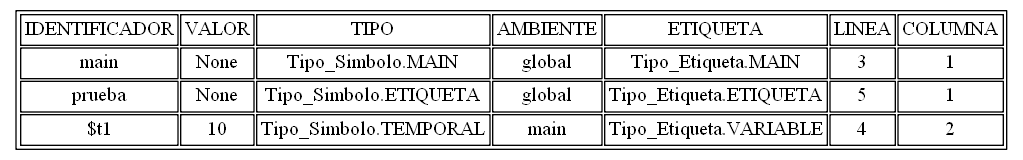
This is tablasimbolos.png from AndreeAvalos/OLC2-AUGUS, a Graphviz export, as it was before one commit. Its source is kept beside it as tablasimbolos.dot.
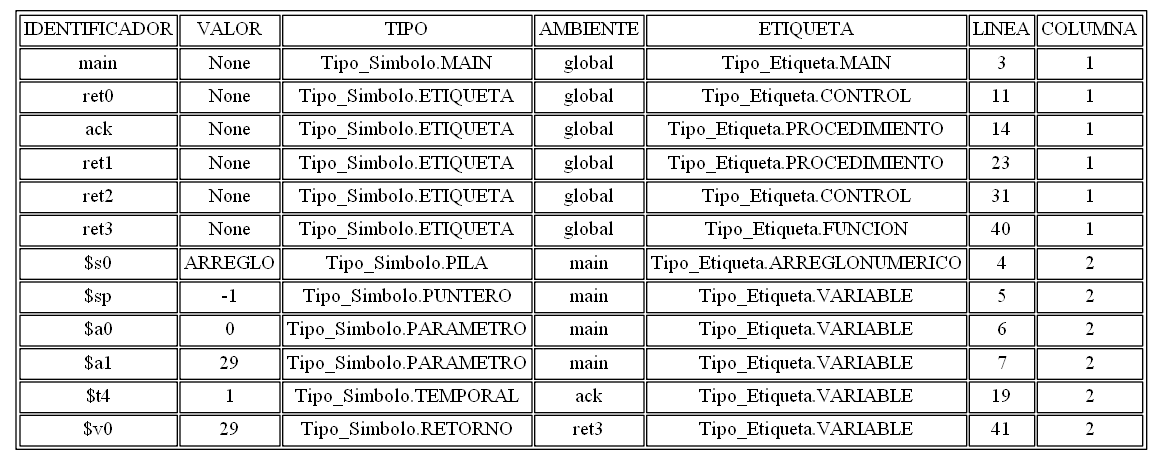
The same file after the commit.

Change to the diagram source:
```diff
@@ -4,8 +4,17 @@
 arset [label=<<TABLE ALIGN="LEFT">
 <TR><TD>IDENTIFICADOR</TD><TD>VALOR</TD><TD>TIPO</TD><TD>AMBIENTE</TD><TD>ETIQUETA</TD><TD>LINEA</TD><TD>COLUMNA</TD></TR>
 <TR><TD>main</TD><TD>None</TD><TD>Tipo_Simbolo.MAIN</TD><TD>global</TD><TD>Tipo_Etiqueta.MAIN</TD><TD>3</TD><TD>1</TD></TR>
-<TR><TD>prueba</TD><TD>None</TD><TD>Tipo_Simbolo.ETIQUETA</TD><TD>global</TD><TD>Tipo_Etiqueta.ETIQUETA</TD><TD>5</TD><TD>1</TD></TR>
-<TR><TD>$t1</TD><TD>10</TD><TD>Tipo_Simbolo.TEMPORAL</TD><TD>main</TD><TD>Tipo_Etiqueta.VARIABLE</TD><TD>4</TD><TD>2</TD></TR>
+<TR><TD>ret0</TD><TD>None</TD><TD>Tipo_Simbolo.ETIQUETA</TD><TD>global</TD><TD>Tipo_Etiqueta.CONTROL</TD><TD>11</TD><TD>1</TD></TR>
+<TR><TD>ack</TD><TD>None</TD><TD>Tipo_Simbolo.ETIQUETA</TD><TD>global</TD><TD>Tipo_Etiqueta.PROCEDIMIENTO</TD><TD>14</TD><TD>1</TD></TR>
+<TR><TD>ret1</TD><TD>None</TD><TD>Tipo_Simbolo.ETIQUETA</TD><TD>global</TD><TD>Tipo_Etiqueta.PROCEDIMIENTO</TD><TD>23</TD><TD>1</TD></TR>
+<TR><TD>ret2</TD><TD>None</TD><TD>Tipo_Simbolo.ETIQUETA</TD><TD>global</TD><TD>Tipo_Etiqueta.CONTROL</TD><TD>31</TD><TD>1</TD></TR>
+<TR><TD>ret3</TD><TD>None</TD><TD>Tipo_Simbolo.ETIQUETA</TD><TD>global</TD><TD>Tipo_Etiqueta.FUNCION</TD><TD>40</TD><TD>1</TD></TR>
+<TR><TD>$s0</TD><TD>ARREGLO</TD><TD>Tipo_Simbolo.PILA</TD><TD>main</TD><TD>Tipo_Etiqueta.ARREGLONUMERICO</TD><TD>4</TD><TD>2</TD></TR>
+<TR><TD>$sp</TD><TD>-1</TD><TD>Tipo_Simbolo.PUNTERO</TD><TD>main</TD><TD>Tipo_Etiqueta.VARIABLE</TD><TD>5</TD><TD>2</TD></TR>
+<TR><TD>$a0</TD><TD>0</TD><TD>Tipo_Simbolo.PARAMETRO</TD><TD>main</TD><TD>Tipo_Etiqueta.VARIABLE</TD><TD>6</TD><TD>2</TD></TR>
+<TR><TD>$a1</TD><TD>29</TD><TD>Tipo_Simbolo.PARAMETRO</TD><TD>main</TD><TD>Tipo_Etiqueta.VARIABLE</TD><TD>7</TD><TD>2</TD></TR>
+<TR><TD>$t4</TD><TD>1</TD><TD>Tipo_Simbolo.TEMPORAL</TD><TD>ack</TD><TD>Tipo_Etiqueta.VARIABLE</TD><TD>19</TD><TD>2</TD></TR>
+<TR><TD>$v0</TD><TD>29</TD><TD>Tipo_Simbolo.RETORNO</TD><TD>ret3</TD><TD>Tipo_Etiqueta.VARIABLE</TD><TD>41</TD><TD>2</TD></TR>
 </TABLE>
 >, ];
 }
```
